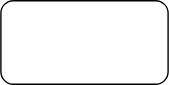
vermeer-1977-blog/blog-parts keeps this draw.io diagram as drawio-in-blog/test.drawio.svg. Above is the earlier version. Source tidied: cells renumbered, new cells last; positions are measured from the earlier drawing's top-left corner, leaving out a move shared by most shapes.
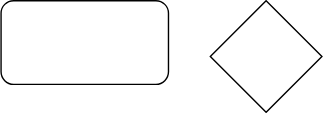
The same file after the commit.

Commit message:
オブジェクトを追加

Change to the diagram source:
```diff
@@ -5,5 +5,8 @@
     <mxCell id="2" style="rounded=1;whiteSpace=wrap;html=1;" parent="1" vertex="1">
       <mxGeometry width="120" height="60" as="geometry" />
     </mxCell>
+    <mxCell id="3" style="rhombus;whiteSpace=wrap;html=1;" parent="1" vertex="1">
+      <mxGeometry x="150" width="80" height="80" as="geometry" />
+    </mxCell>
   </root>
 </mxGraphModel>
```
